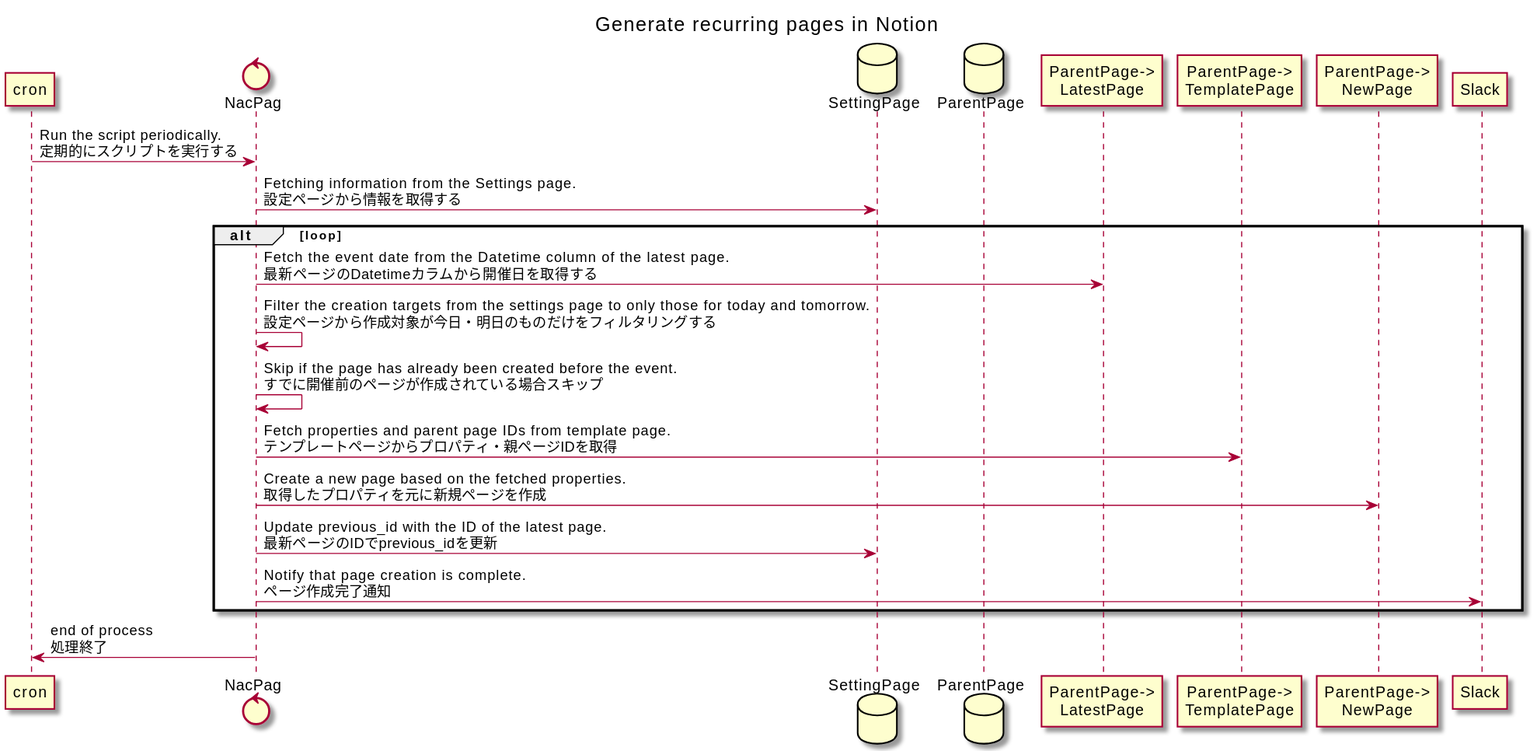
This is docs/sequence.svg from tosite/notion-page-repeater, a PlantUML export, as it was before one commit. Source of this version:
```plantuml
@startuml
title Generate recurring pages in Notion

participant cron
control NacPag as s

database SettingPage as sp

database ParentPage as pp
participant "ParentPage->\nLatestPage" as lp
participant "ParentPage->\nTemplatePage" as tp
participant "ParentPage->\nNewPage" as np

participant Slack

cron->s: Run the script periodically. \n定期的にスクリプトを実行する
s->sp: Fetching information from the Settings page.\n設定ページから情報を取得する

alt loop
  s->lp: Fetch the event date from the Datetime column of the latest page.\n最新ページのDatetimeカラムから開催日を取得する
  s->s: Filter the creation targets from the settings page to only those for today and tomorrow.\n設定ページから作成対象が今日・明日のものだけをフィルタリングする
  s->s: Skip if the page has already been created before the event.\nすでに開催前のページが作成されている場合スキップ
  s->tp: Fetch properties and parent page IDs from template page.\nテンプレートページからプロパティ・親ページIDを取得
  s->np: Create a new page based on the fetched properties.\n取得したプロパティを元に新規ページを作成
  s->sp: Update previous_id with the ID of the latest page.\n最新ページのIDでprevious_idを更新
  s->Slack: Notify that page creation is complete.\nページ作成完了通知
end
s->cron:end of process\n処理終了
@enduml
```
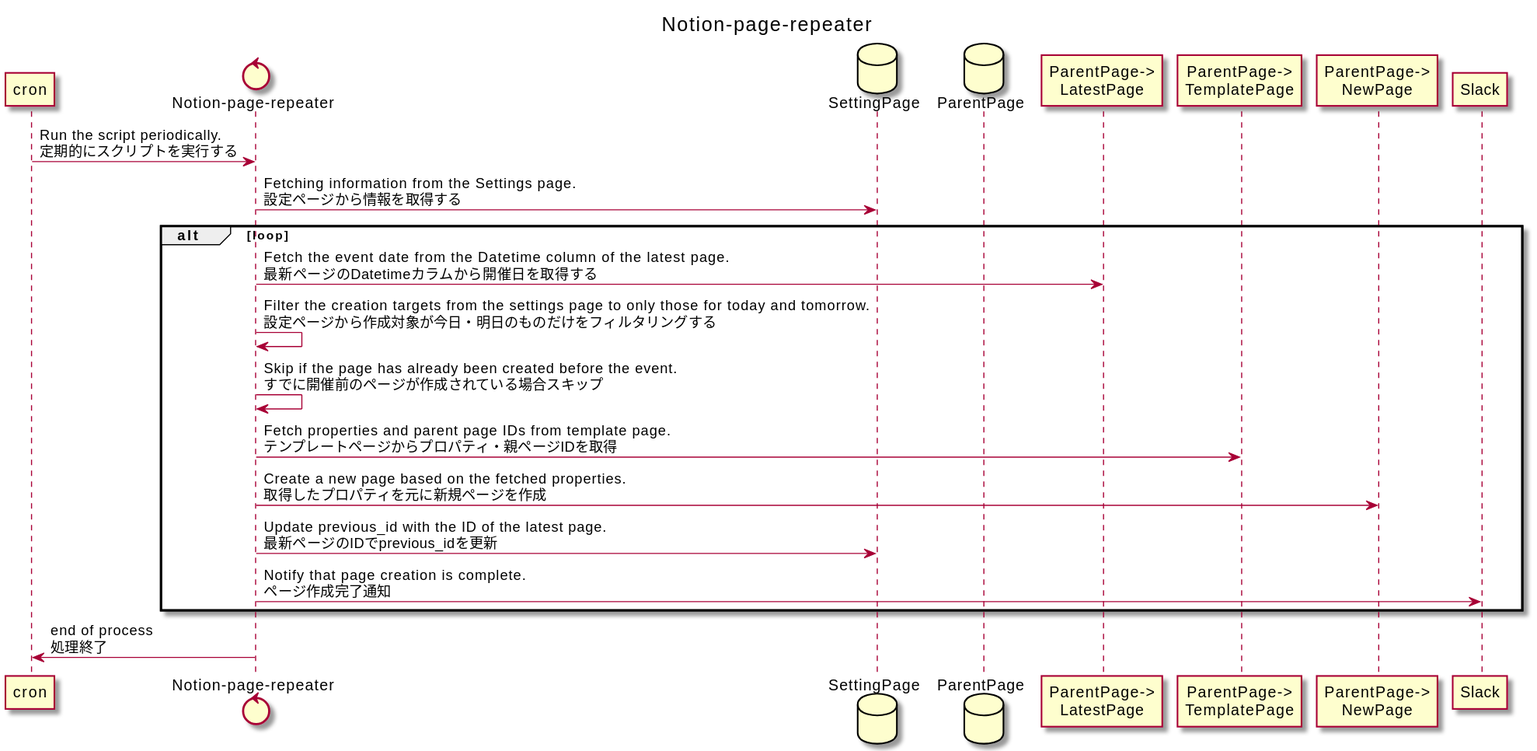
The same diagram one commit later.

What changed in the source:
```diff
@@ -1,8 +1,8 @@
 @startuml
-title Generate recurring pages in Notion
+title Notion-page-repeater
 
 participant cron
-control NacPag as s
+control "Notion-page-repeater" as s
 
 database SettingPage as sp
 
```
